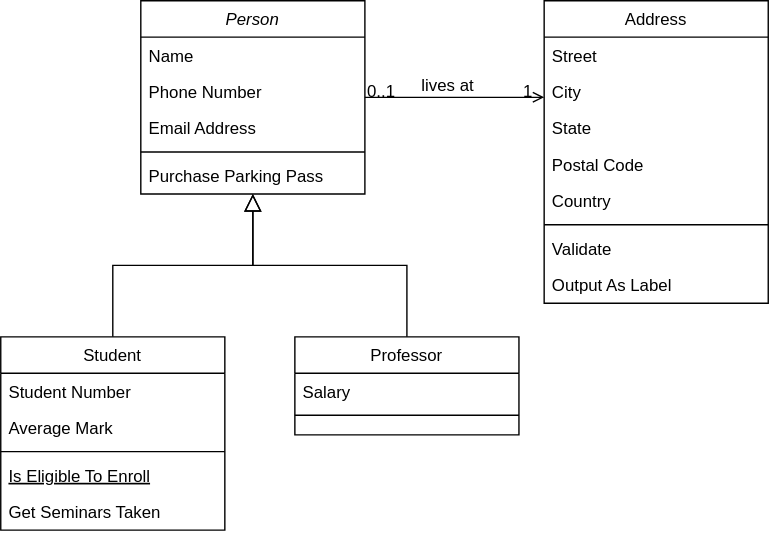
Above: UML/classDiagram.drawio.svg in Mohammed-Ben-Cheikh/ProjectFllRouge (draw.io), before the change. Source tidied: cells renumbered, new cells last; positions are measured from the earlier drawing's top-left corner, leaving out a move shared by most shapes. Source of this version:
```xml
<mxGraphModel>
  <root>
    <mxCell id="0" />
    <mxCell id="1" parent="0" />
    <mxCell id="2" value="Person" style="swimlane;fontStyle=2;align=center;verticalAlign=top;horizontal=1;startSize=26;rounded=0;shadow=0;strokeWidth=1;" parent="1" vertex="1">
      <mxGeometry x="100" width="160" height="138" as="geometry" />
    </mxCell>
    <mxCell id="3" value="Name" style="text;align=left;verticalAlign=top;spacingLeft=4;spacingRight=4;overflow=hidden;" parent="2" vertex="1">
      <mxGeometry y="26" width="160" height="26" as="geometry" />
    </mxCell>
    <mxCell id="4" value="Phone Number" style="text;align=left;verticalAlign=top;spacingLeft=4;spacingRight=4;overflow=hidden;rounded=0;shadow=0;html=0;" parent="2" vertex="1">
      <mxGeometry y="52" width="160" height="26" as="geometry" />
    </mxCell>
    <mxCell id="5" value="Email Address" style="text;align=left;verticalAlign=top;spacingLeft=4;spacingRight=4;overflow=hidden;rounded=0;shadow=0;html=0;" parent="2" vertex="1">
      <mxGeometry y="78" width="160" height="26" as="geometry" />
    </mxCell>
    <mxCell id="6" style="line;html=1;strokeWidth=1;align=left;verticalAlign=middle;spacingTop=-1;spacingLeft=3;spacingRight=3;labelPosition=right;" parent="2" vertex="1">
      <mxGeometry y="104" width="160" height="8" as="geometry" />
    </mxCell>
    <mxCell id="7" value="Purchase Parking Pass" style="text;align=left;verticalAlign=top;spacingLeft=4;spacingRight=4;overflow=hidden;" parent="2" vertex="1">
      <mxGeometry y="112" width="160" height="26" as="geometry" />
    </mxCell>
    <mxCell id="8" value="Student" style="swimlane;fontStyle=0;align=center;verticalAlign=top;horizontal=1;startSize=26;rounded=0;shadow=0;strokeWidth=1;" parent="1" vertex="1">
      <mxGeometry y="240" width="160" height="138" as="geometry" />
    </mxCell>
    <mxCell id="9" value="Student Number" style="text;align=left;verticalAlign=top;spacingLeft=4;spacingRight=4;overflow=hidden;" parent="8" vertex="1">
      <mxGeometry y="26" width="160" height="26" as="geometry" />
    </mxCell>
    <mxCell id="10" value="Average Mark" style="text;align=left;verticalAlign=top;spacingLeft=4;spacingRight=4;overflow=hidden;rounded=0;shadow=0;html=0;" parent="8" vertex="1">
      <mxGeometry y="52" width="160" height="26" as="geometry" />
    </mxCell>
    <mxCell id="11" style="line;html=1;strokeWidth=1;align=left;verticalAlign=middle;spacingTop=-1;spacingLeft=3;spacingRight=3;labelPosition=right;" parent="8" vertex="1">
      <mxGeometry y="78" width="160" height="8" as="geometry" />
    </mxCell>
    <mxCell id="12" value="Is Eligible To Enroll" style="text;align=left;verticalAlign=top;spacingLeft=4;spacingRight=4;overflow=hidden;fontStyle=4;" parent="8" vertex="1">
      <mxGeometry y="86" width="160" height="26" as="geometry" />
    </mxCell>
    <mxCell id="13" value="Get Seminars Taken" style="text;align=left;verticalAlign=top;spacingLeft=4;spacingRight=4;overflow=hidden;" parent="8" vertex="1">
      <mxGeometry y="112" width="160" height="26" as="geometry" />
    </mxCell>
    <mxCell id="14" style="endArrow=block;endSize=10;endFill=0;shadow=0;strokeWidth=1;rounded=0;curved=0;edgeStyle=elbowEdgeStyle;elbow=vertical;" parent="1" edge="1" source="8" target="2">
      <mxGeometry relative="1" as="geometry" />
    </mxCell>
    <mxCell id="15" value="Professor" style="swimlane;fontStyle=0;align=center;verticalAlign=top;horizontal=1;startSize=26;rounded=0;shadow=0;strokeWidth=1;" parent="1" vertex="1">
      <mxGeometry x="210" y="240" width="160" height="70" as="geometry" />
    </mxCell>
    <mxCell id="16" value="Salary" style="text;align=left;verticalAlign=top;spacingLeft=4;spacingRight=4;overflow=hidden;" parent="15" vertex="1">
      <mxGeometry y="26" width="160" height="26" as="geometry" />
    </mxCell>
    <mxCell id="17" style="line;html=1;strokeWidth=1;align=left;verticalAlign=middle;spacingTop=-1;spacingLeft=3;spacingRight=3;labelPosition=right;" parent="15" vertex="1">
      <mxGeometry y="52" width="160" height="8" as="geometry" />
    </mxCell>
    <mxCell id="18" style="endArrow=block;endSize=10;endFill=0;shadow=0;strokeWidth=1;rounded=0;curved=0;edgeStyle=elbowEdgeStyle;elbow=vertical;" parent="1" edge="1" source="15" target="2">
      <mxGeometry relative="1" as="geometry" />
    </mxCell>
    <mxCell id="19" value="Address" style="swimlane;fontStyle=0;align=center;verticalAlign=top;horizontal=1;startSize=26;rounded=0;shadow=0;strokeWidth=1;" parent="1" vertex="1">
      <mxGeometry x="388" width="160" height="216" as="geometry" />
    </mxCell>
    <mxCell id="20" value="Street" style="text;align=left;verticalAlign=top;spacingLeft=4;spacingRight=4;overflow=hidden;" parent="19" vertex="1">
      <mxGeometry y="26" width="160" height="26" as="geometry" />
    </mxCell>
    <mxCell id="21" value="City" style="text;align=left;verticalAlign=top;spacingLeft=4;spacingRight=4;overflow=hidden;rounded=0;shadow=0;html=0;" parent="19" vertex="1">
      <mxGeometry y="52" width="160" height="26" as="geometry" />
    </mxCell>
    <mxCell id="22" value="State" style="text;align=left;verticalAlign=top;spacingLeft=4;spacingRight=4;overflow=hidden;rounded=0;shadow=0;html=0;" parent="19" vertex="1">
      <mxGeometry y="78" width="160" height="26" as="geometry" />
    </mxCell>
    <mxCell id="23" value="Postal Code" style="text;align=left;verticalAlign=top;spacingLeft=4;spacingRight=4;overflow=hidden;rounded=0;shadow=0;html=0;" parent="19" vertex="1">
      <mxGeometry y="104" width="160" height="26" as="geometry" />
    </mxCell>
    <mxCell id="24" value="Country" style="text;align=left;verticalAlign=top;spacingLeft=4;spacingRight=4;overflow=hidden;rounded=0;shadow=0;html=0;" parent="19" vertex="1">
      <mxGeometry y="130" width="160" height="26" as="geometry" />
    </mxCell>
    <mxCell id="25" style="line;html=1;strokeWidth=1;align=left;verticalAlign=middle;spacingTop=-1;spacingLeft=3;spacingRight=3;labelPosition=right;" parent="19" vertex="1">
      <mxGeometry y="156" width="160" height="8" as="geometry" />
    </mxCell>
    <mxCell id="26" value="Validate" style="text;align=left;verticalAlign=top;spacingLeft=4;spacingRight=4;overflow=hidden;" parent="19" vertex="1">
      <mxGeometry y="164" width="160" height="26" as="geometry" />
    </mxCell>
    <mxCell id="27" value="Output As Label" style="text;align=left;verticalAlign=top;spacingLeft=4;spacingRight=4;overflow=hidden;" parent="19" vertex="1">
      <mxGeometry y="190" width="160" height="26" as="geometry" />
    </mxCell>
    <mxCell id="28" style="endArrow=open;shadow=0;strokeWidth=1;rounded=0;curved=0;endFill=1;edgeStyle=elbowEdgeStyle;elbow=vertical;" parent="1" edge="1" source="2" target="19">
      <mxGeometry x="0.5" y="41" relative="1" as="geometry">
        <mxPoint x="-40" y="32" as="offset" />
      </mxGeometry>
    </mxCell>
    <mxCell id="29" value="0..1" style="align=left;verticalAlign=bottom;labelBackgroundColor=none;fontSize=12;" parent="28" vertex="1">
      <mxGeometry x="-1" relative="1" as="geometry">
        <mxPoint y="4" as="offset" />
      </mxGeometry>
    </mxCell>
    <mxCell id="30" value="1" style="align=right;verticalAlign=bottom;labelBackgroundColor=none;fontSize=12;" parent="28" vertex="1">
      <mxGeometry x="1" relative="1" as="geometry">
        <mxPoint x="-7" y="4" as="offset" />
      </mxGeometry>
    </mxCell>
    <mxCell id="31" value="lives at" style="text;html=1;align=center;verticalAlign=middle;labelBackgroundColor=none;rounded=0;shadow=0;strokeWidth=1;fontSize=12;" parent="28" vertex="1">
      <mxGeometry x="0.5" y="49" relative="1" as="geometry">
        <mxPoint x="-38" y="40" as="offset" />
      </mxGeometry>
    </mxCell>
  </root>
</mxGraphModel>
```
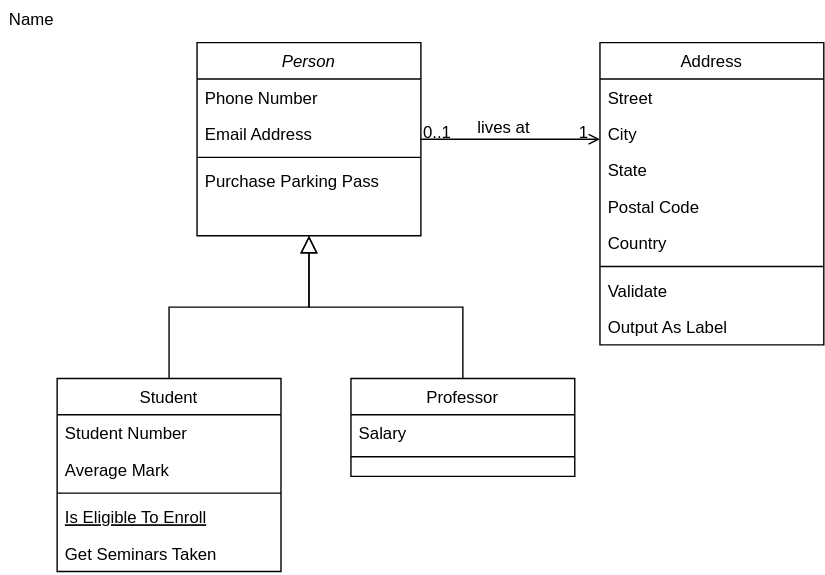
After the change.

Commit message:
Mettre à jour classDiagram.drawio.svg

The edit, as a diff of the source:
```diff
@@ -5,20 +5,17 @@
     <mxCell id="2" value="Person" style="swimlane;fontStyle=2;align=center;verticalAlign=top;horizontal=1;startSize=26;rounded=0;shadow=0;strokeWidth=1;" parent="1" vertex="1">
       <mxGeometry x="100" width="160" height="138" as="geometry" />
     </mxCell>
-    <mxCell id="3" value="Name" style="text;align=left;verticalAlign=top;spacingLeft=4;spacingRight=4;overflow=hidden;" parent="2" vertex="1">
-      <mxGeometry y="26" width="160" height="26" as="geometry" />
-    </mxCell>
     <mxCell id="4" value="Phone Number" style="text;align=left;verticalAlign=top;spacingLeft=4;spacingRight=4;overflow=hidden;rounded=0;shadow=0;html=0;" parent="2" vertex="1">
-      <mxGeometry y="52" width="160" height="26" as="geometry" />
+      <mxGeometry y="26" width="160" height="26" as="geometry" />
     </mxCell>
     <mxCell id="5" value="Email Address" style="text;align=left;verticalAlign=top;spacingLeft=4;spacingRight=4;overflow=hidden;rounded=0;shadow=0;html=0;" parent="2" vertex="1">
-      <mxGeometry y="78" width="160" height="26" as="geometry" />
+      <mxGeometry y="52" width="160" height="26" as="geometry" />
     </mxCell>
     <mxCell id="6" style="line;html=1;strokeWidth=1;align=left;verticalAlign=middle;spacingTop=-1;spacingLeft=3;spacingRight=3;labelPosition=right;" parent="2" vertex="1">
-      <mxGeometry y="104" width="160" height="8" as="geometry" />
+      <mxGeometry y="78" width="160" height="8" as="geometry" />
     </mxCell>
     <mxCell id="7" value="Purchase Parking Pass" style="text;align=left;verticalAlign=top;spacingLeft=4;spacingRight=4;overflow=hidden;" parent="2" vertex="1">
-      <mxGeometry y="112" width="160" height="26" as="geometry" />
+      <mxGeometry y="86" width="160" height="26" as="geometry" />
     </mxCell>
     <mxCell id="8" value="Student" style="swimlane;fontStyle=0;align=center;verticalAlign=top;horizontal=1;startSize=26;rounded=0;shadow=0;strokeWidth=1;" parent="1" vertex="1">
       <mxGeometry y="240" width="160" height="138" as="geometry" />
@@ -100,5 +97,8 @@
         <mxPoint x="-38" y="40" as="offset" />
       </mxGeometry>
     </mxCell>
+    <mxCell id="3" value="Name" style="text;align=left;verticalAlign=top;spacingLeft=4;spacingRight=4;overflow=hidden;" parent="1" vertex="1">
+      <mxGeometry x="-40" y="-30" width="160" height="26" as="geometry" />
+    </mxCell>
   </root>
 </mxGraphModel>
```
